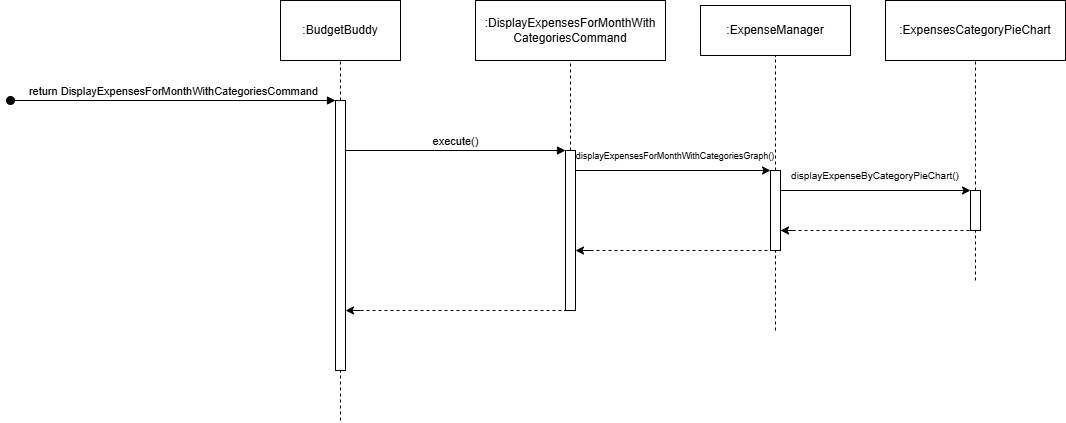
The draw.io diagram docs/diagrams/DisplayExpensesWithCategories.drawio.png in telferang/tp, before a commit. Source tidied: cells renumbered, new cells last; positions are measured from the earlier drawing's top-left corner, leaving out a move shared by most shapes. Source of this version:
```xml
<mxGraphModel>
  <root>
    <mxCell id="0" />
    <mxCell id="1" parent="0" />
    <mxCell id="2" value=":BudgetBuddy" style="rounded=0;whiteSpace=wrap;html=1;" parent="1" vertex="1">
      <mxGeometry x="270" width="120" height="60" as="geometry" />
    </mxCell>
    <mxCell id="3" style="endArrow=none;dashed=1;html=1;rounded=0;entryX=0.5;entryY=1;entryDx=0;entryDy=0;" parent="1" edge="1" source="6" target="2">
      <mxGeometry relative="1" as="geometry" />
    </mxCell>
    <mxCell id="4" value="return DisplayExpensesForMonthWithCategoriesCommand" style="html=1;verticalAlign=bottom;startArrow=oval;startFill=1;endArrow=block;startSize=8;curved=0;rounded=0;" parent="1" edge="1">
      <mxGeometry relative="1" as="geometry">
        <mxPoint y="100" as="sourcePoint" />
        <mxPoint x="325" y="100" as="targetPoint" />
      </mxGeometry>
    </mxCell>
    <mxCell id="5" style="endArrow=none;dashed=1;html=1;rounded=0;entryX=0.5;entryY=1;entryDx=0;entryDy=0;" parent="1" edge="1" target="6">
      <mxGeometry relative="1" as="geometry">
        <mxPoint x="330" y="420" as="sourcePoint" />
      </mxGeometry>
    </mxCell>
    <mxCell id="6" style="html=1;points=[[0,0,0,0,5],[0,1,0,0,-5],[1,0,0,0,5],[1,1,0,0,-5]];perimeter=orthogonalPerimeter;outlineConnect=0;targetShapes=umlLifeline;portConstraint=eastwest;newEdgeStyle={&quot;curved&quot;:0,&quot;rounded&quot;:0};" parent="1" vertex="1">
      <mxGeometry x="325" y="100" width="10" height="270" as="geometry" />
    </mxCell>
    <mxCell id="7" value=":DisplayExpensesForMonthWith&lt;div&gt;CategoriesCommand&lt;/div&gt;" style="rounded=0;whiteSpace=wrap;html=1;" parent="1" vertex="1">
      <mxGeometry x="465" width="190" height="60" as="geometry" />
    </mxCell>
    <mxCell id="8" style="html=1;perimeter=orthogonalPerimeter;targetShapes=umlLifeline;newEdgeStyle={&quot;curved&quot;:0,&quot;rounded&quot;:0};" parent="1" vertex="1">
      <mxGeometry x="555" y="150" width="10" height="160" as="geometry" />
    </mxCell>
    <mxCell id="9" value="execute()" style="html=1;verticalAlign=bottom;endArrow=block;curved=0;rounded=0;" parent="1" edge="1">
      <mxGeometry relative="1" as="geometry">
        <mxPoint x="335" y="150" as="sourcePoint" />
        <mxPoint x="555" y="150" as="targetPoint" />
      </mxGeometry>
    </mxCell>
    <mxCell id="10" style="endArrow=classic;html=1;rounded=0;" parent="1" edge="1" target="12">
      <mxGeometry relative="1" as="geometry">
        <mxPoint x="565" y="170" as="sourcePoint" />
      </mxGeometry>
    </mxCell>
    <mxCell id="11" value=":ExpenseManager" style="rounded=0;whiteSpace=wrap;html=1;" parent="1" vertex="1">
      <mxGeometry x="690" y="5" width="150" height="50" as="geometry" />
    </mxCell>
    <mxCell id="12" style="html=1;points=[[0,0,0,0,5],[0,1,0,0,-5],[1,0,0,0,5],[1,1,0,0,-5]];perimeter=orthogonalPerimeter;outlineConnect=0;targetShapes=umlLifeline;portConstraint=eastwest;newEdgeStyle={&quot;curved&quot;:0,&quot;rounded&quot;:0};" parent="1" vertex="1">
      <mxGeometry x="760" y="170" width="10" height="80" as="geometry" />
    </mxCell>
    <mxCell id="13" style="endArrow=none;dashed=1;html=1;rounded=0;entryX=0.5;entryY=1;entryDx=0;entryDy=0;" parent="1" edge="1" source="12" target="11">
      <mxGeometry relative="1" as="geometry" />
    </mxCell>
    <mxCell id="14" value="&lt;font style=&quot;font-size: 9px;&quot;&gt;displayExpensesForMonthWithCategoriesGraph()&lt;/font&gt;" style="text;html=1;align=center;verticalAlign=middle;whiteSpace=wrap;rounded=0;" parent="1" vertex="1">
      <mxGeometry x="655" y="110" width="20" height="90" as="geometry" />
    </mxCell>
    <mxCell id="15" style="endArrow=none;dashed=1;html=1;rounded=0;" parent="1" edge="1" target="12">
      <mxGeometry relative="1" as="geometry">
        <mxPoint x="580" y="250" as="sourcePoint" />
      </mxGeometry>
    </mxCell>
    <mxCell id="16" style="endArrow=classic;html=1;rounded=0;" parent="1" edge="1">
      <mxGeometry relative="1" as="geometry">
        <mxPoint x="580" y="250" as="sourcePoint" />
        <mxPoint x="565" y="250" as="targetPoint" />
      </mxGeometry>
    </mxCell>
    <mxCell id="17" style="endArrow=none;dashed=1;html=1;rounded=0;" parent="1" edge="1" target="12">
      <mxGeometry relative="1" as="geometry">
        <mxPoint x="765" y="330" as="sourcePoint" />
      </mxGeometry>
    </mxCell>
    <mxCell id="18" style="endArrow=none;dashed=1;html=1;rounded=0;" parent="1" edge="1">
      <mxGeometry relative="1" as="geometry">
        <mxPoint x="350" y="310" as="sourcePoint" />
        <mxPoint x="555" y="310" as="targetPoint" />
      </mxGeometry>
    </mxCell>
    <mxCell id="19" style="endArrow=classic;html=1;rounded=0;" parent="1" edge="1">
      <mxGeometry relative="1" as="geometry">
        <mxPoint x="350" y="310" as="sourcePoint" />
        <mxPoint x="335" y="310" as="targetPoint" />
      </mxGeometry>
    </mxCell>
    <mxCell id="20" style="endArrow=none;dashed=1;html=1;rounded=0;entryX=0.5;entryY=1;entryDx=0;entryDy=0;" parent="1" edge="1" source="22">
      <mxGeometry relative="1" as="geometry">
        <mxPoint x="965" y="60" as="targetPoint" />
      </mxGeometry>
    </mxCell>
    <mxCell id="21" style="endArrow=none;dashed=1;html=1;rounded=0;entryX=0.5;entryY=1;entryDx=0;entryDy=0;" parent="1" edge="1" target="22">
      <mxGeometry relative="1" as="geometry">
        <mxPoint x="965" y="280" as="sourcePoint" />
      </mxGeometry>
    </mxCell>
    <mxCell id="22" style="html=1;points=[[0,0,0,0,5],[0,1,0,0,-5],[1,0,0,0,5],[1,1,0,0,-5]];perimeter=orthogonalPerimeter;outlineConnect=0;targetShapes=umlLifeline;portConstraint=eastwest;newEdgeStyle={&quot;curved&quot;:0,&quot;rounded&quot;:0};" parent="1" vertex="1">
      <mxGeometry x="960" y="190" width="10" height="40" as="geometry" />
    </mxCell>
    <mxCell id="23" style="endArrow=classic;html=1;rounded=0;" parent="1" edge="1" target="22">
      <mxGeometry relative="1" as="geometry">
        <mxPoint x="770" y="190" as="sourcePoint" />
      </mxGeometry>
    </mxCell>
    <mxCell id="24" style="endArrow=none;dashed=1;html=1;rounded=0;" parent="1" edge="1" target="22">
      <mxGeometry relative="1" as="geometry">
        <mxPoint x="770" y="230" as="sourcePoint" />
      </mxGeometry>
    </mxCell>
    <mxCell id="25" style="endArrow=classic;html=1;rounded=0;" parent="1" edge="1">
      <mxGeometry relative="1" as="geometry">
        <mxPoint x="785" y="230" as="sourcePoint" />
        <mxPoint x="770" y="230" as="targetPoint" />
      </mxGeometry>
    </mxCell>
    <mxCell id="26" value="&lt;font style=&quot;font-size: 10px;&quot;&gt;displayExpenseByCategoryPieChart()&lt;/font&gt;" style="text;html=1;align=center;verticalAlign=middle;whiteSpace=wrap;rounded=0;" parent="1" vertex="1">
      <mxGeometry x="855" y="130" width="20" height="90" as="geometry" />
    </mxCell>
    <mxCell id="27" style="endArrow=none;dashed=1;html=1;rounded=0;entryX=0.5;entryY=1;entryDx=0;entryDy=0;" parent="1" edge="1" target="7">
      <mxGeometry relative="1" as="geometry">
        <mxPoint x="560" y="150" as="sourcePoint" />
      </mxGeometry>
    </mxCell>
    <mxCell id="28" value=":ExpensesCategoryPieChart" style="rounded=0;whiteSpace=wrap;html=1;" parent="1" vertex="1">
      <mxGeometry x="875" width="180" height="60" as="geometry" />
    </mxCell>
  </root>
</mxGraphModel>
```
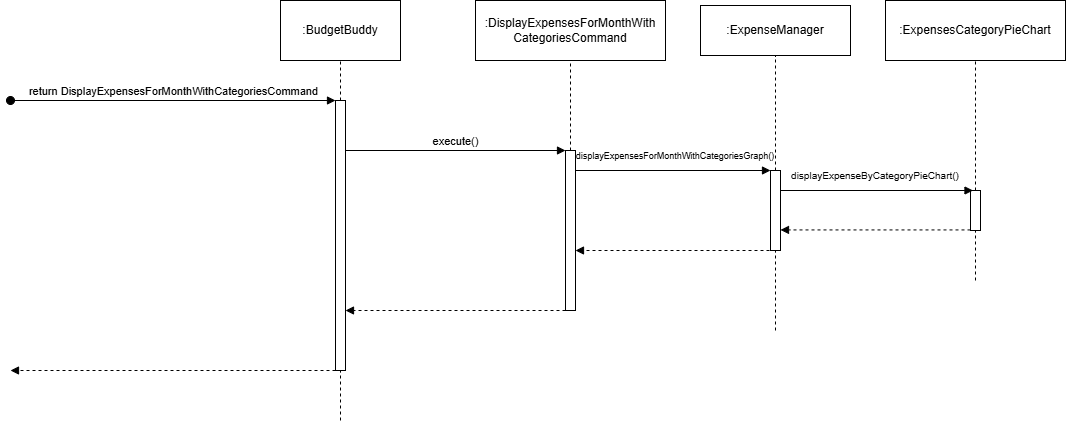
After the change.

Commit message:
Fix UML Diagrams for DG

Change to the diagram source:
```diff
@@ -34,11 +34,6 @@
         <mxPoint x="555" y="150" as="targetPoint" />
       </mxGeometry>
     </mxCell>
-    <mxCell id="10" style="endArrow=classic;html=1;rounded=0;" parent="1" edge="1" target="12">
-      <mxGeometry relative="1" as="geometry">
-        <mxPoint x="565" y="170" as="sourcePoint" />
-      </mxGeometry>
-    </mxCell>
     <mxCell id="11" value=":ExpenseManager" style="rounded=0;whiteSpace=wrap;html=1;" parent="1" vertex="1">
       <mxGeometry x="690" y="5" width="150" height="50" as="geometry" />
     </mxCell>
@@ -51,34 +46,11 @@
     <mxCell id="14" value="&lt;font style=&quot;font-size: 9px;&quot;&gt;displayExpensesForMonthWithCategoriesGraph()&lt;/font&gt;" style="text;html=1;align=center;verticalAlign=middle;whiteSpace=wrap;rounded=0;" parent="1" vertex="1">
       <mxGeometry x="655" y="110" width="20" height="90" as="geometry" />
     </mxCell>
-    <mxCell id="15" style="endArrow=none;dashed=1;html=1;rounded=0;" parent="1" edge="1" target="12">
-      <mxGeometry relative="1" as="geometry">
-        <mxPoint x="580" y="250" as="sourcePoint" />
-      </mxGeometry>
-    </mxCell>
-    <mxCell id="16" style="endArrow=classic;html=1;rounded=0;" parent="1" edge="1">
-      <mxGeometry relative="1" as="geometry">
-        <mxPoint x="580" y="250" as="sourcePoint" />
-        <mxPoint x="565" y="250" as="targetPoint" />
-      </mxGeometry>
-    </mxCell>
     <mxCell id="17" style="endArrow=none;dashed=1;html=1;rounded=0;" parent="1" edge="1" target="12">
       <mxGeometry relative="1" as="geometry">
         <mxPoint x="765" y="330" as="sourcePoint" />
       </mxGeometry>
     </mxCell>
-    <mxCell id="18" style="endArrow=none;dashed=1;html=1;rounded=0;" parent="1" edge="1">
-      <mxGeometry relative="1" as="geometry">
-        <mxPoint x="350" y="310" as="sourcePoint" />
-        <mxPoint x="555" y="310" as="targetPoint" />
-      </mxGeometry>
-    </mxCell>
-    <mxCell id="19" style="endArrow=classic;html=1;rounded=0;" parent="1" edge="1">
-      <mxGeometry relative="1" as="geometry">
-        <mxPoint x="350" y="310" as="sourcePoint" />
-        <mxPoint x="335" y="310" as="targetPoint" />
-      </mxGeometry>
-    </mxCell>
     <mxCell id="20" style="endArrow=none;dashed=1;html=1;rounded=0;entryX=0.5;entryY=1;entryDx=0;entryDy=0;" parent="1" edge="1" source="22">
       <mxGeometry relative="1" as="geometry">
         <mxPoint x="965" y="60" as="targetPoint" />
@@ -92,22 +64,6 @@
     <mxCell id="22" style="html=1;points=[[0,0,0,0,5],[0,1,0,0,-5],[1,0,0,0,5],[1,1,0,0,-5]];perimeter=orthogonalPerimeter;outlineConnect=0;targetShapes=umlLifeline;portConstraint=eastwest;newEdgeStyle={&quot;curved&quot;:0,&quot;rounded&quot;:0};" parent="1" vertex="1">
       <mxGeometry x="960" y="190" width="10" height="40" as="geometry" />
     </mxCell>
-    <mxCell id="23" style="endArrow=classic;html=1;rounded=0;" parent="1" edge="1" target="22">
-      <mxGeometry relative="1" as="geometry">
-        <mxPoint x="770" y="190" as="sourcePoint" />
-      </mxGeometry>
-    </mxCell>
-    <mxCell id="24" style="endArrow=none;dashed=1;html=1;rounded=0;" parent="1" edge="1" target="22">
-      <mxGeometry relative="1" as="geometry">
-        <mxPoint x="770" y="230" as="sourcePoint" />
-      </mxGeometry>
-    </mxCell>
-    <mxCell id="25" style="endArrow=classic;html=1;rounded=0;" parent="1" edge="1">
-      <mxGeometry relative="1" as="geometry">
-        <mxPoint x="785" y="230" as="sourcePoint" />
-        <mxPoint x="770" y="230" as="targetPoint" />
-      </mxGeometry>
-    </mxCell>
     <mxCell id="26" value="&lt;font style=&quot;font-size: 10px;&quot;&gt;displayExpenseByCategoryPieChart()&lt;/font&gt;" style="text;html=1;align=center;verticalAlign=middle;whiteSpace=wrap;rounded=0;" parent="1" vertex="1">
       <mxGeometry x="855" y="130" width="20" height="90" as="geometry" />
     </mxCell>
@@ -119,5 +75,40 @@
     <mxCell id="28" value=":ExpensesCategoryPieChart" style="rounded=0;whiteSpace=wrap;html=1;" parent="1" vertex="1">
       <mxGeometry x="875" width="180" height="60" as="geometry" />
     </mxCell>
+    <mxCell id="29" style="endArrow=block;dashed=1;endFill=1;html=1;rounded=0;exitX=0;exitY=1;exitDx=0;exitDy=-5;exitPerimeter=0;strokeWidth=1;strokeColor=default;fillOpacity=100;fixDash=0;" parent="1" edge="1">
+      <mxGeometry relative="1" as="geometry">
+        <mxPoint x="325" y="370" as="sourcePoint" />
+        <mxPoint y="370" as="targetPoint" />
+      </mxGeometry>
+    </mxCell>
+    <mxCell id="30" style="html=1;verticalAlign=bottom;endArrow=block;curved=0;rounded=0;" parent="1" edge="1" target="12">
+      <mxGeometry relative="1" as="geometry">
+        <mxPoint x="565" y="170" as="sourcePoint" />
+      </mxGeometry>
+    </mxCell>
+    <mxCell id="31" style="endArrow=block;dashed=1;endFill=1;html=1;rounded=0;exitX=0;exitY=1;exitDx=0;exitDy=-5;exitPerimeter=0;strokeWidth=1;strokeColor=default;fillOpacity=100;fixDash=0;" parent="1" edge="1" target="6">
+      <mxGeometry relative="1" as="geometry">
+        <mxPoint x="555" y="310" as="sourcePoint" />
+        <Array as="points">
+          <mxPoint x="370" y="310" />
+        </Array>
+      </mxGeometry>
+    </mxCell>
+    <mxCell id="32" style="endArrow=block;dashed=1;endFill=1;html=1;rounded=0;exitX=0;exitY=1;exitDx=0;exitDy=-5;exitPerimeter=0;strokeWidth=1;strokeColor=default;fillOpacity=100;fixDash=0;" parent="1" edge="1">
+      <mxGeometry relative="1" as="geometry">
+        <mxPoint x="765" y="250" as="sourcePoint" />
+        <mxPoint x="565" y="250" as="targetPoint" />
+      </mxGeometry>
+    </mxCell>
+    <mxCell id="33" style="endArrow=block;dashed=1;endFill=1;html=1;rounded=0;exitX=0;exitY=1;exitDx=0;exitDy=-5;exitPerimeter=0;strokeWidth=1;strokeColor=default;fillOpacity=100;fixDash=0;" parent="1" edge="1" target="12">
+      <mxGeometry relative="1" as="geometry">
+        <mxPoint x="960" y="229.4" as="sourcePoint" />
+      </mxGeometry>
+    </mxCell>
+    <mxCell id="34" style="html=1;verticalAlign=bottom;endArrow=block;curved=0;rounded=0;" parent="1" edge="1" source="12">
+      <mxGeometry relative="1" as="geometry">
+        <mxPoint x="962.5" y="190" as="targetPoint" />
+      </mxGeometry>
+    </mxCell>
   </root>
 </mxGraphModel>
```
